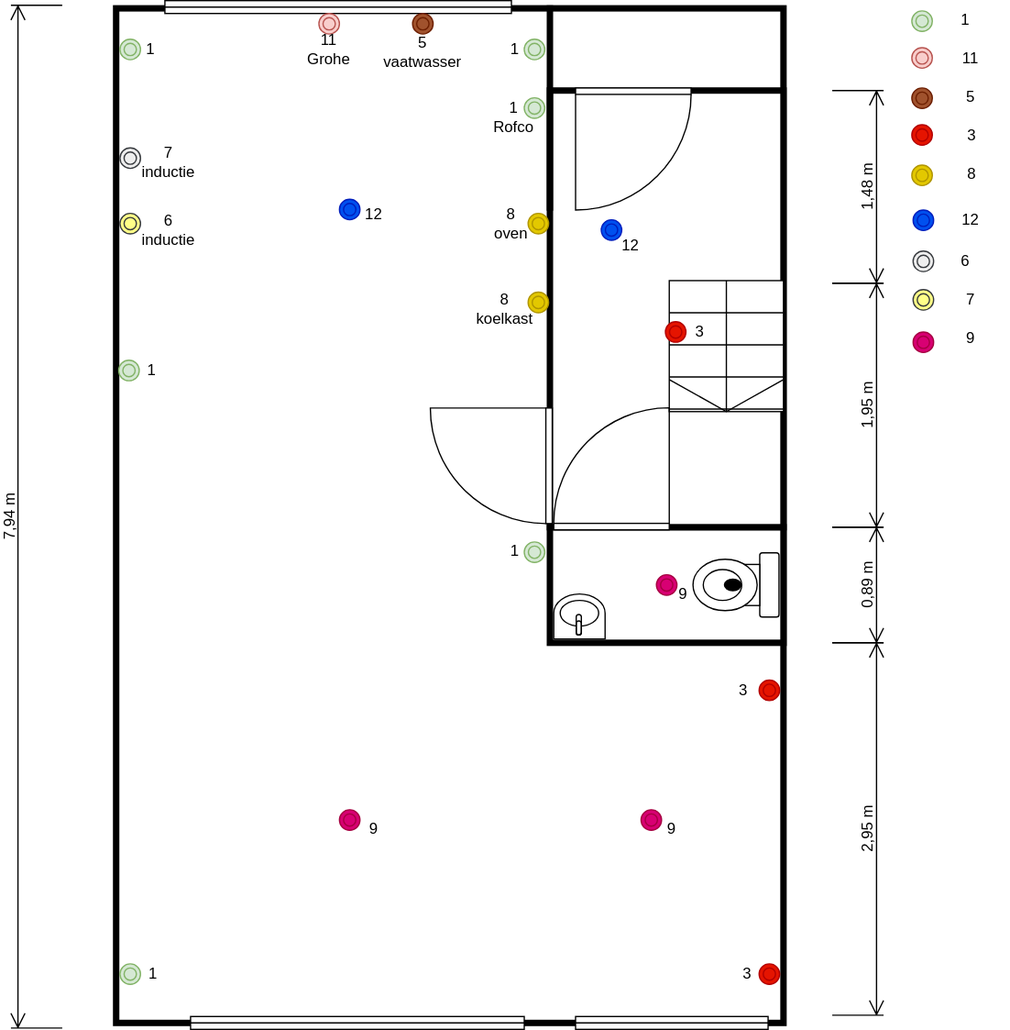
Earlier version of the draw.io export bg.drawio.svg (fckff/drawio). Source tidied: cells renumbered, new cells last; positions are measured from the earlier drawing's top-left corner, leaving out a move shared by most shapes.
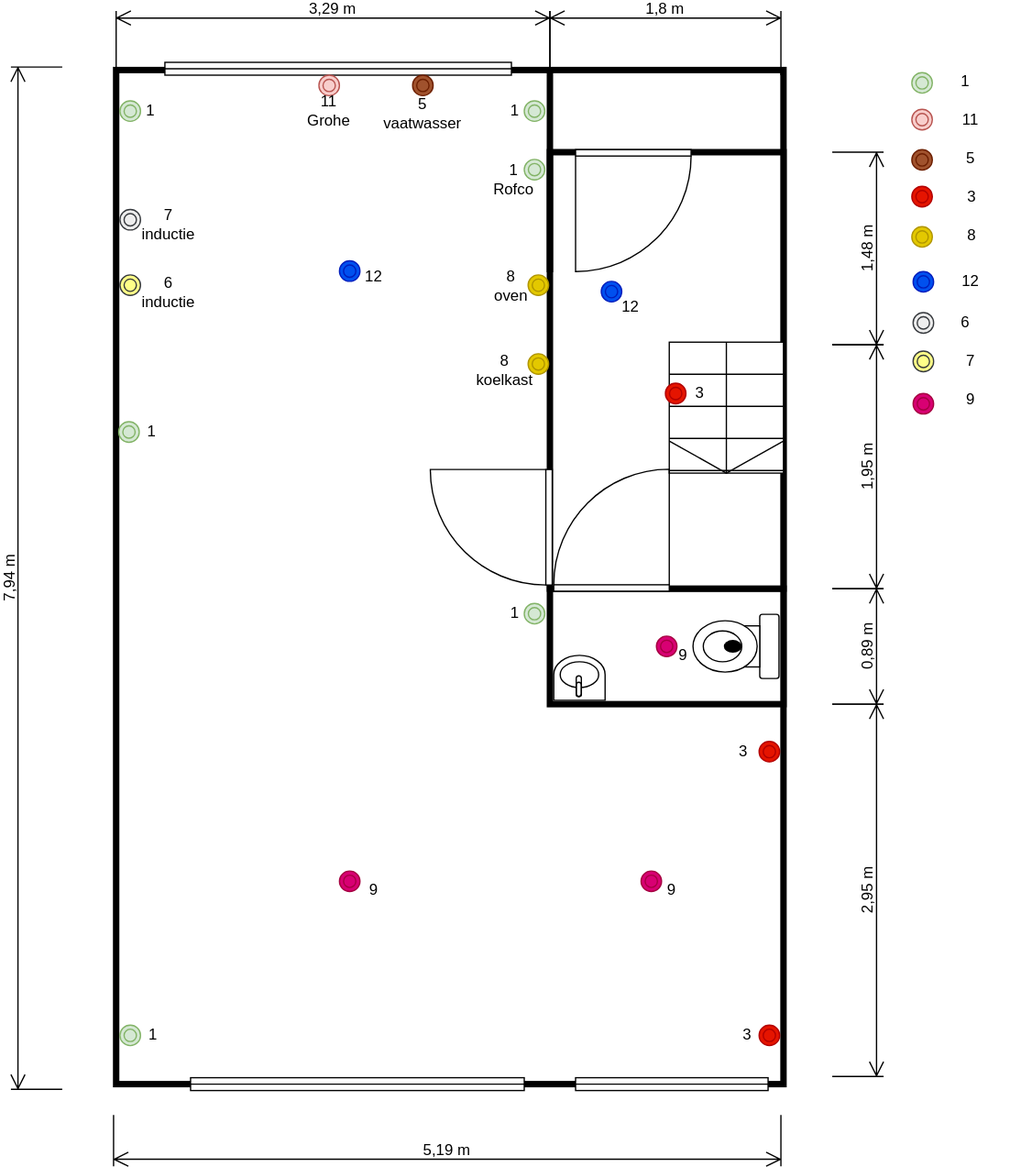
Above is the later version.

The edit, as a diff of the source:
```diff
@@ -230,5 +230,14 @@
     <mxCell id="77" value="2,95 m" style="shape=dimension;direction=north;whiteSpace=wrap;html=1;align=center;verticalAlign=bottom;labelBackgroundColor=none;horizontal=0;spacingBottom=3;" parent="1" vertex="1">
       <mxGeometry x="640" y="500" width="40" height="290" as="geometry" />
     </mxCell>
+    <mxCell id="78" value="5,19 m" style="shape=dimension;whiteSpace=wrap;html=1;align=center;verticalAlign=bottom;spacingBottom=3;labelBackgroundColor=none;" parent="1" vertex="1">
+      <mxGeometry x="80" y="820" width="520" height="40" as="geometry" />
+    </mxCell>
+    <mxCell id="79" value="3,29 m" style="shape=dimension;direction=west;whiteSpace=wrap;html=1;align=center;verticalAlign=top;spacingTop=-15;labelBackgroundColor=none;" parent="1" vertex="1">
+      <mxGeometry x="82" y="-40" width="338" height="50" as="geometry" />
+    </mxCell>
+    <mxCell id="80" value="1,8 m" style="shape=dimension;direction=west;whiteSpace=wrap;html=1;align=center;verticalAlign=top;spacingTop=-15;labelBackgroundColor=none;" parent="1" vertex="1">
+      <mxGeometry x="420" y="-40" width="180" height="50" as="geometry" />
+    </mxCell>
   </root>
 </mxGraphModel>
```
